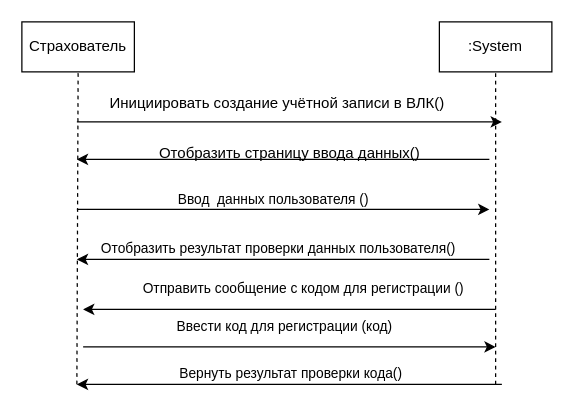
Above: page "Создание учётной записи в ВЛК" (1 of 10) of src/main/resources/documentation/Диаграммы последовательностей системы ВИ.drawio in VladBaton/vlk (draw.io), before the change. Source tidied: cells renumbered, new cells numbered last; positions are measured from the earlier drawing's top-left corner, leaving out a move shared by most shapes. Both pictures are drawn from the tidied source at 125%, with x=0, y=0 at pixel (21, 21).
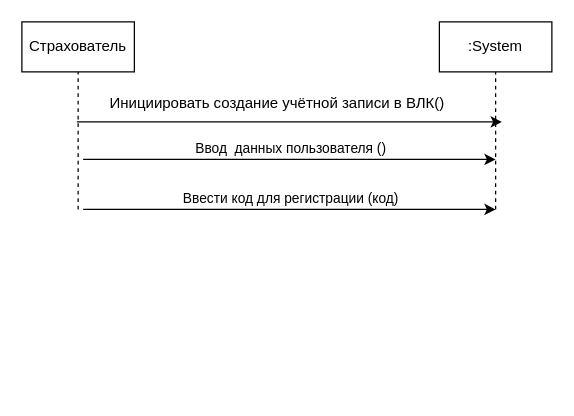
The same diagram, later.

Unchanged cells that the change refers to:
```xml
<mxCell id="2" value="Страхователь" style="rounded=0;whiteSpace=wrap;html=1;" parent="1" vertex="1">
  <mxGeometry width="90" height="40" as="geometry" />
</mxCell>
<mxCell id="3" value=":System" style="rounded=0;whiteSpace=wrap;html=1;" parent="1" vertex="1">
  <mxGeometry x="334" width="90" height="40" as="geometry" />
</mxCell>
```

The edit, as a diff of the source:
```diff
@@
     <mxCell id="4" style="endArrow=none;dashed=1;html=1;rounded=0;entryX=0.5;entryY=1;entryDx=0;entryDy=0;" parent="1" edge="1" target="2">
       <mxGeometry relative="1" as="geometry">
-        <mxPoint x="44" y="290" as="sourcePoint" />
+        <mxPoint x="45" y="150" as="sourcePoint" />
       </mxGeometry>
     </mxCell>
     <mxCell id="5" style="endArrow=none;dashed=1;html=1;rounded=0;entryX=0.5;entryY=1;entryDx=0;entryDy=0;" parent="1" edge="1" target="3">
       <mxGeometry relative="1" as="geometry">
-        <mxPoint x="379" y="290" as="sourcePoint" />
+        <mxPoint x="379" y="150" as="sourcePoint" />
       </mxGeometry>
     </mxCell>
@@
     <mxCell id="8" style="endArrow=classic;html=1;rounded=0;" parent="1" edge="1">
       <mxGeometry relative="1" as="geometry">
-        <mxPoint x="44" y="150" as="sourcePoint" />
-        <mxPoint x="374" y="150" as="targetPoint" />
+        <mxPoint x="49" y="110" as="sourcePoint" />
+        <mxPoint x="379" y="110" as="targetPoint" />
       </mxGeometry>
     </mxCell>
     <mxCell id="9" value="Ввод&amp;nbsp; данных пользователя ()" style="edgeLabel;html=1;align=center;verticalAlign=middle;" parent="8" vertex="1">
       <mxGeometry x="-0.19" y="-1" relative="1" as="geometry">
-        <mxPoint x="22" y="-10" as="offset" />
+        <mxPoint x="31" y="-11" as="offset" />
       </mxGeometry>
     </mxCell>
     <mxCell id="10" style="endArrow=classic;html=1;rounded=0;" parent="1" edge="1">
       <mxGeometry relative="1" as="geometry">
-        <mxPoint x="49" y="260" as="sourcePoint" />
-        <mxPoint x="379" y="260" as="targetPoint" />
+        <mxPoint x="49" y="150" as="sourcePoint" />
+        <mxPoint x="379" y="150" as="targetPoint" />
       </mxGeometry>
     </mxCell>
     <mxCell id="11" value="Ввести код для регистрации (код)" style="edgeLabel;html=1;align=center;verticalAlign=middle;" parent="10" vertex="1">
       <mxGeometry x="-0.39" y="3" relative="1" as="geometry">
-        <mxPoint x="59" y="-14" as="offset" />
+        <mxPoint x="64" y="-7" as="offset" />
       </mxGeometry>
     </mxCell>
-    <mxCell id="12" style="endArrow=classic;html=1;rounded=0;" parent="1" edge="1">
-      <mxGeometry relative="1" as="geometry">
-        <mxPoint x="379" y="230" as="sourcePoint" />
-        <mxPoint x="49" y="230" as="targetPoint" />
-      </mxGeometry>
-    </mxCell>
-    <mxCell id="13" value="Отправить сообщение с кодом для регистрации ()" style="edgeLabel;html=1;align=center;verticalAlign=middle;" parent="12" vertex="1">
-      <mxGeometry x="-0.19" y="-1" relative="1" as="geometry">
-        <mxPoint x="-21" y="-17" as="offset" />
-      </mxGeometry>
-    </mxCell>
-    <mxCell id="14" style="endArrow=classic;html=1;rounded=0;" parent="1" edge="1">
-      <mxGeometry relative="1" as="geometry">
-        <mxPoint x="374" y="110" as="sourcePoint" />
-        <mxPoint x="44" y="110" as="targetPoint" />
-      </mxGeometry>
-    </mxCell>
-    <mxCell id="15" value="Отобразить страницу ввода данных()" style="text;html=1;align=center;verticalAlign=middle;strokeColor=none;fillColor=none;" parent="1" vertex="1">
-      <mxGeometry x="99" y="90" width="230" height="30" as="geometry" />
-    </mxCell>
-    <mxCell id="16" style="endArrow=classic;html=1;rounded=0;" parent="1" edge="1">
-      <mxGeometry relative="1" as="geometry">
-        <mxPoint x="374" y="190" as="sourcePoint" />
-        <mxPoint x="44" y="190" as="targetPoint" />
-      </mxGeometry>
-    </mxCell>
-    <mxCell id="17" value="Отобразить результат проверки данных пользователя()" style="edgeLabel;html=1;align=center;verticalAlign=middle;" parent="1" vertex="1">
-      <mxGeometry x="204" y="180" as="geometry" />
-    </mxCell>
-    <mxCell id="18" style="endArrow=classic;html=1;rounded=0;" parent="1" edge="1">
-      <mxGeometry relative="1" as="geometry">
-        <mxPoint x="384" y="290" as="sourcePoint" />
-        <mxPoint x="44" y="290" as="targetPoint" />
-      </mxGeometry>
-    </mxCell>
-    <mxCell id="19" value="Вернуть результат проверки кода()" style="edgeLabel;html=1;align=center;verticalAlign=middle;" parent="1" vertex="1">
-      <mxGeometry x="214" y="280" as="geometry" />
-    </mxCell>
```
